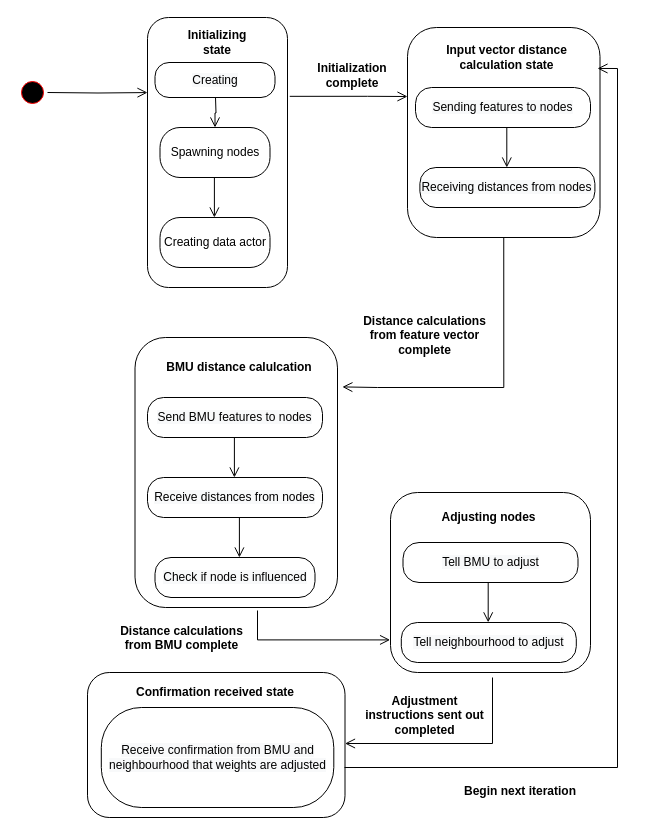
This is nodeMaestro.drawio from vanelopethecoder/som-basic, a draw.io file, before an edit. Source tidied: cells renumbered, new cells numbered last; positions are measured from the earlier drawing's top-left corner, leaving out a move shared by most shapes. Both pictures are drawn from the tidied source at 100%, with x=0, y=0 at pixel (17, 17).
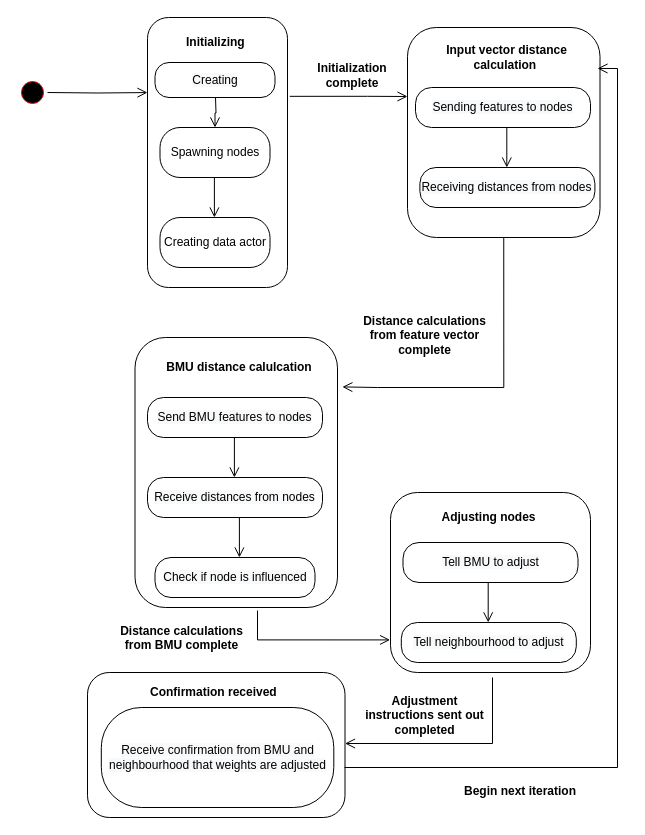
After the change.

What changed in the source:
```diff
@@
-    <mxCell id="31" value="&lt;b&gt;Input vector&lt;span style=&quot;background-color: rgb(255 , 255 , 255)&quot;&gt;&amp;nbsp;distance calculation state&lt;/span&gt;&lt;/b&gt;" style="text;html=1;strokeColor=none;fillColor=none;align=center;verticalAlign=middle;whiteSpace=wrap;rounded=0;" parent="1" vertex="1">
+    <mxCell id="31" value="&lt;b&gt;Input vector&lt;span style=&quot;background-color: rgb(255 , 255 , 255)&quot;&gt;&amp;nbsp;distance calculation&amp;nbsp;&lt;/span&gt;&lt;/b&gt;" style="text;html=1;strokeColor=none;fillColor=none;align=center;verticalAlign=middle;whiteSpace=wrap;rounded=0;" parent="1" vertex="1">
       <mxGeometry x="419.2" y="20" width="141.2" height="40" as="geometry" />
     </mxCell>
@@
-    <mxCell id="34" value="&lt;b&gt;Confirmation received state&lt;/b&gt;" style="text;html=1;strokeColor=none;fillColor=none;align=center;verticalAlign=middle;whiteSpace=wrap;rounded=0;labelBackgroundColor=#FFFFFF;" parent="1" vertex="1">
+    <mxCell id="34" value="&lt;b&gt;Confirmation received&amp;nbsp;&lt;/b&gt;" style="text;html=1;strokeColor=none;fillColor=none;align=center;verticalAlign=middle;whiteSpace=wrap;rounded=0;labelBackgroundColor=#FFFFFF;" parent="1" vertex="1">
       <mxGeometry x="112.5" y="660" width="170" height="30" as="geometry" />
     </mxCell>
@@
-    <mxCell id="36" value="&lt;b&gt;Initializing state&lt;/b&gt;" style="text;html=1;strokeColor=none;fillColor=none;align=center;verticalAlign=middle;whiteSpace=wrap;rounded=0;labelBackgroundColor=#FFFFFF;" parent="1" vertex="1">
+    <mxCell id="36" value="&lt;b&gt;Initializing&amp;nbsp;&lt;/b&gt;" style="text;html=1;strokeColor=none;fillColor=none;align=center;verticalAlign=middle;whiteSpace=wrap;rounded=0;labelBackgroundColor=#FFFFFF;" parent="1" vertex="1">
       <mxGeometry x="170" y="10" width="60" height="30" as="geometry" />
     </mxCell>
```
